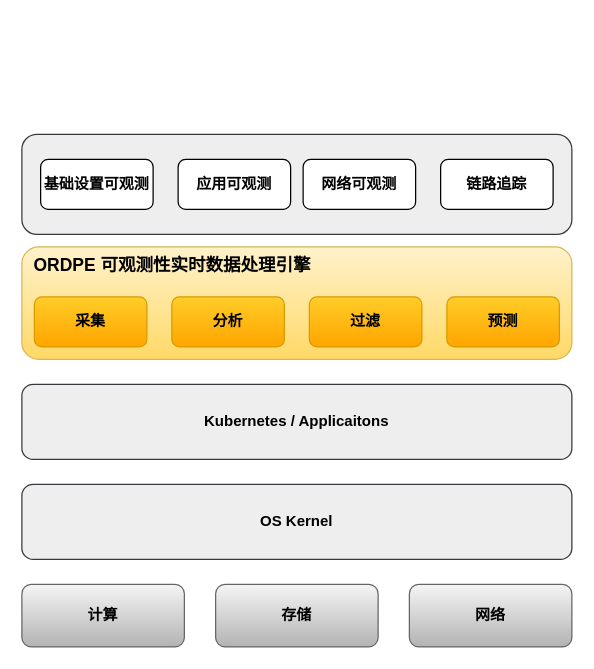
Earlier version of the draw.io diagram page "总统框架2.0" (9 of 10) of shrine-doc/论文相关.drawio (easefulfil/CLOUDCARE). Source tidied: cells renumbered, new cells numbered last; positions are measured from the earlier drawing's top-left corner, leaving out a move shared by most shapes. Both pictures are drawn from the tidied source at 125%, with x=0, y=0 at pixel (21, 134).
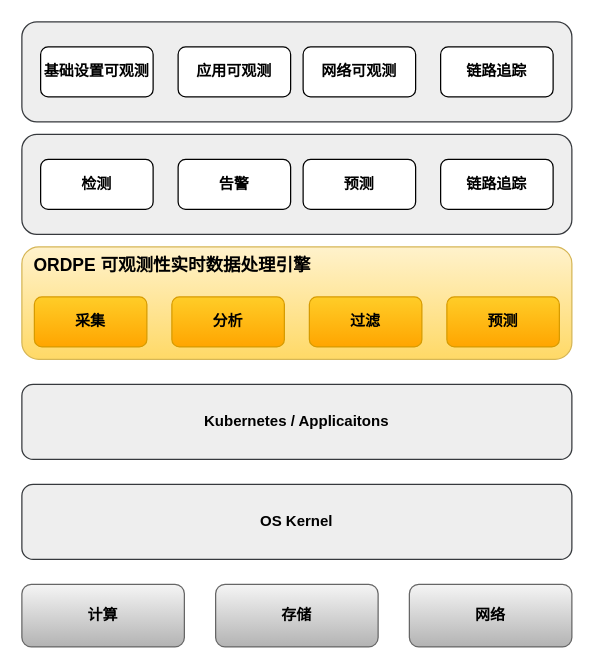
Above is the later version.

Change to the diagram source:
```diff
@@
-    <mxCell id="9" value="基础设置可观测" style="rounded=1;whiteSpace=wrap;html=1;fontStyle=1;" parent="1" vertex="1">
+    <mxCell id="9" value="检测" style="rounded=1;whiteSpace=wrap;html=1;fontStyle=1;" parent="1" vertex="1">
       <mxGeometry x="15" y="20" width="90" height="40" as="geometry" />
     </mxCell>
-    <mxCell id="10" value="应用可观测" style="rounded=1;whiteSpace=wrap;html=1;fontStyle=1;" parent="1" vertex="1">
+    <mxCell id="10" value="告警" style="rounded=1;whiteSpace=wrap;html=1;fontStyle=1;" parent="1" vertex="1">
       <mxGeometry x="125" y="20" width="90" height="40" as="geometry" />
     </mxCell>
@@
-    <mxCell id="15" value="网络可观测" style="rounded=1;whiteSpace=wrap;html=1;fontStyle=1;" parent="1" vertex="1">
+    <mxCell id="15" value="预测" style="rounded=1;whiteSpace=wrap;html=1;fontStyle=1;" parent="1" vertex="1">
       <mxGeometry x="225" y="20" width="90" height="40" as="geometry" />
     </mxCell>
@@
+    <mxCell id="17" style="rounded=1;whiteSpace=wrap;html=1;fillColor=#eeeeee;strokeColor=#36393d;align=left;fontStyle=1;fontSize=14;verticalAlign=top;" parent="1" vertex="1">
+      <mxGeometry y="-90" width="440" height="80" as="geometry" />
+    </mxCell>
+    <mxCell id="18" value="基础设置可观测" style="rounded=1;whiteSpace=wrap;html=1;fontStyle=1;" parent="1" vertex="1">
+      <mxGeometry x="15" y="-70" width="90" height="40" as="geometry" />
+    </mxCell>
+    <mxCell id="19" value="应用可观测" style="rounded=1;whiteSpace=wrap;html=1;fontStyle=1;" parent="1" vertex="1">
+      <mxGeometry x="125" y="-70" width="90" height="40" as="geometry" />
+    </mxCell>
+    <mxCell id="20" value="网络可观测" style="rounded=1;whiteSpace=wrap;html=1;fontStyle=1;" parent="1" vertex="1">
+      <mxGeometry x="225" y="-70" width="90" height="40" as="geometry" />
+    </mxCell>
+    <mxCell id="21" value="链路追踪" style="rounded=1;whiteSpace=wrap;html=1;fontStyle=1;" parent="1" vertex="1">
+      <mxGeometry x="335" y="-70" width="90" height="40" as="geometry" />
+    </mxCell>
```
